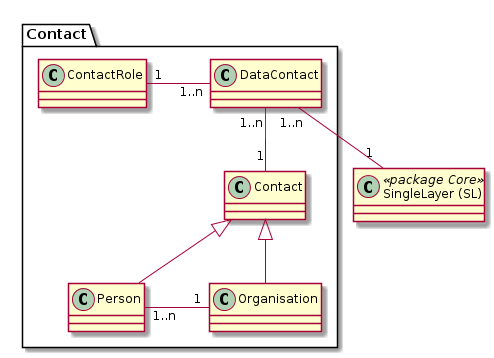
Above: simi/doc/puml/rendered/simi_contact.png in sogis/simi (PlantUML), before the change.
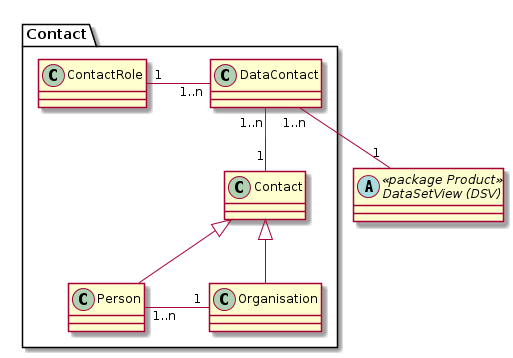
The same diagram one commit later.

Commit message:
Skript: PUML-Diagramme der Simi-Dokumentation regeneriert und beigefügt

What changed in the source:
```diff
@@ -1,5 +1,5 @@
 @startuml
-class "SingleLayer (SL)" as sl << package Core >>
+abstract class "DataSetView (DSV)" as dsv << package Product >>
 
 package Contact {
 	class "ContactRole" as cr
@@ -9,7 +9,7 @@
     class "Organisation" as org
 }
 
-sl "1" -up- "1..n" dc
+dsv "1" -up- "1..n" dc
 cr "1 " -right- "1..n" dc : "       "
 dc "1..n" -- "1" con
 
```
